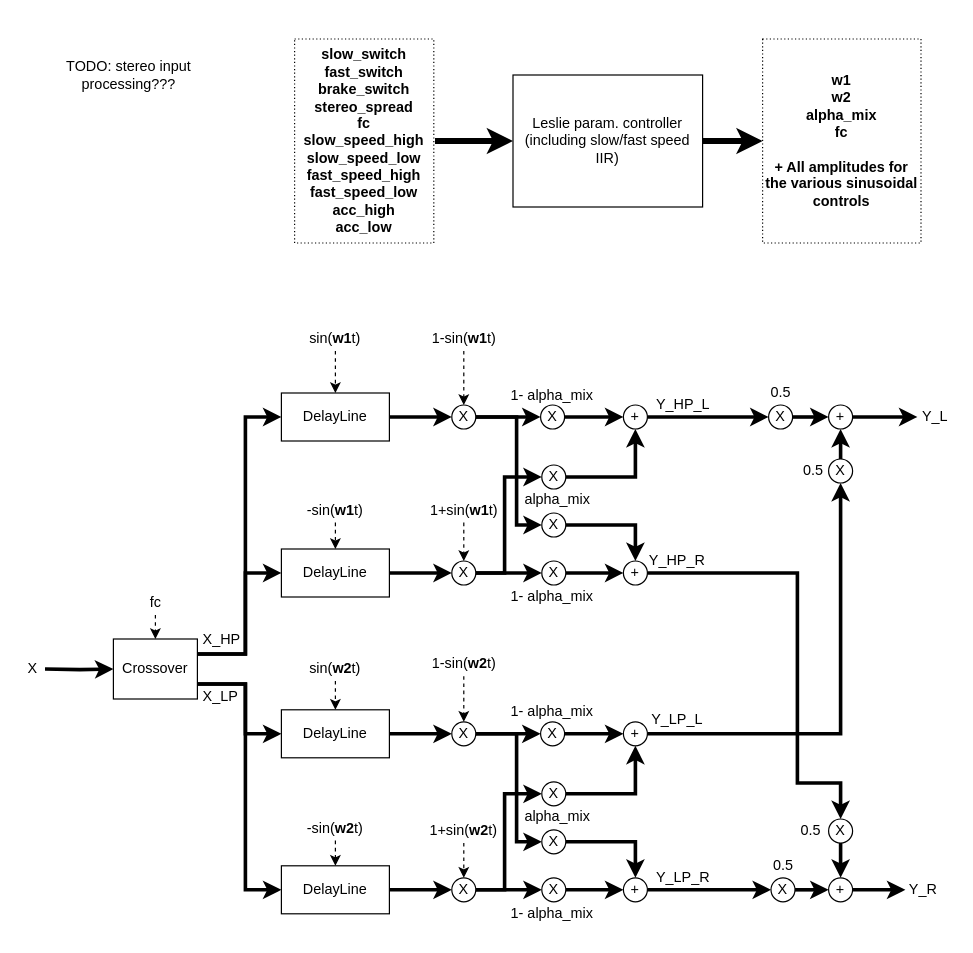
Earlier version of the draw.io diagram Leslie.drawio (Bande0/DAFX). Source tidied: cells renumbered, new cells numbered last; positions are measured from the earlier drawing's top-left corner, leaving out a move shared by most shapes. Both pictures are drawn from the tidied source at 120%, with x=0, y=0 at pixel (20, 38).
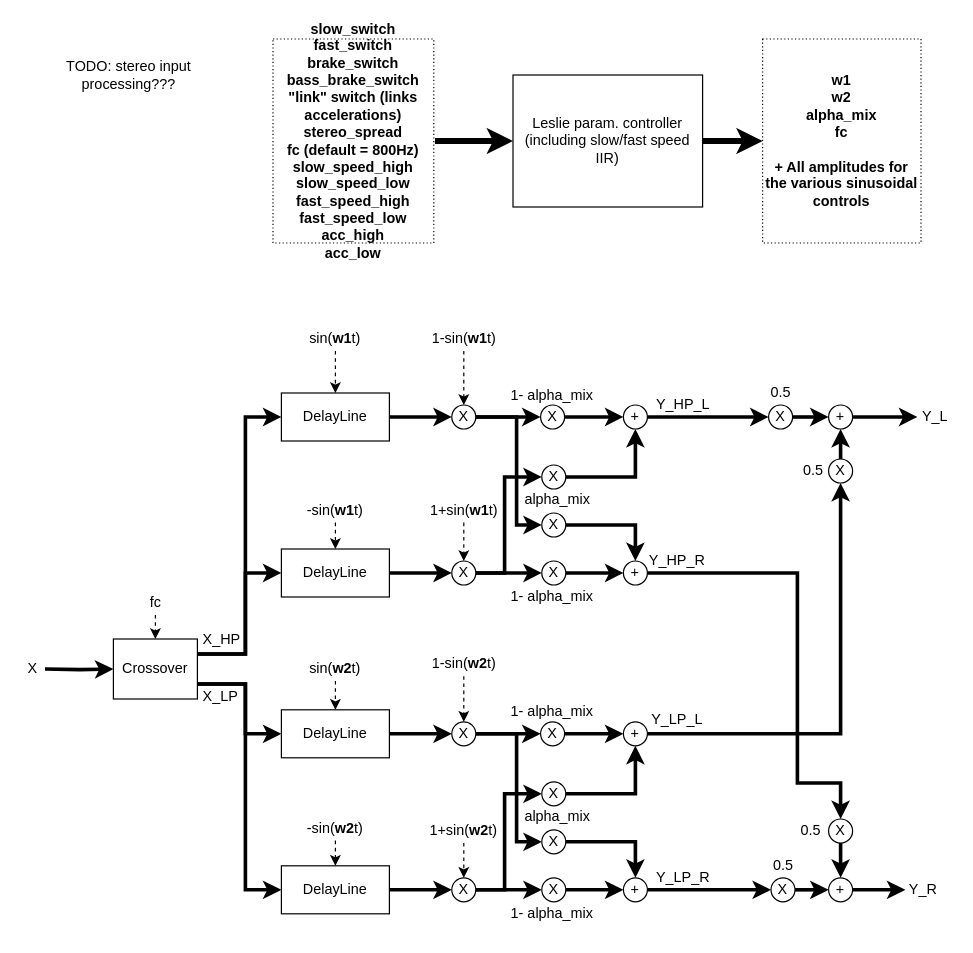
The same page after the edit.

Commit message (it also covers changes not shown here):
very basic matlab sketch to figure out the various sinusoidal controls for the leslie

Diff of the diagram source:
```diff
@@
-    <mxCell id="105" value="&lt;b&gt;slow_switch&lt;br&gt;fast_switch&lt;br&gt;brake_switch&lt;br&gt;stereo_spread&lt;br&gt;fc&lt;br&gt;slow_speed_high&lt;br&gt;&lt;/b&gt;&lt;b&gt;slow_speed_low&lt;br&gt;&lt;/b&gt;&lt;b&gt;fast_speed_high&lt;br&gt;&lt;/b&gt;&lt;b&gt;fast_speed_low&lt;/b&gt;&lt;b&gt;&lt;br&gt;acc_high&lt;br&gt;acc_low&lt;/b&gt;" style="text;html=1;strokeColor=#000000;fillColor=none;align=center;verticalAlign=middle;whiteSpace=wrap;rounded=0;perimeterSpacing=1;gradientColor=#ffffff;dashed=1;dashPattern=1 2;" parent="1" vertex="1">
-      <mxGeometry x="228" width="116" height="170" as="geometry" />
+    <mxCell id="105" value="&lt;b&gt;slow_switch&lt;br&gt;fast_switch&lt;br&gt;brake_switch&lt;br&gt;bass_brake_switch&lt;br&gt;&quot;link&quot; switch (links accelerations)&lt;br&gt;stereo_spread&lt;br&gt;fc (default = 800Hz)&lt;br&gt;slow_speed_high&lt;br&gt;&lt;/b&gt;&lt;b&gt;slow_speed_low&lt;br&gt;&lt;/b&gt;&lt;b&gt;fast_speed_high&lt;br&gt;&lt;/b&gt;&lt;b&gt;fast_speed_low&lt;/b&gt;&lt;b&gt;&lt;br&gt;acc_high&lt;br&gt;acc_low&lt;/b&gt;" style="text;html=1;strokeColor=#000000;fillColor=none;align=center;verticalAlign=middle;whiteSpace=wrap;rounded=0;perimeterSpacing=1;gradientColor=#ffffff;dashed=1;dashPattern=1 2;" parent="1" vertex="1">
+      <mxGeometry x="210" width="134" height="170" as="geometry" />
     </mxCell>
```
